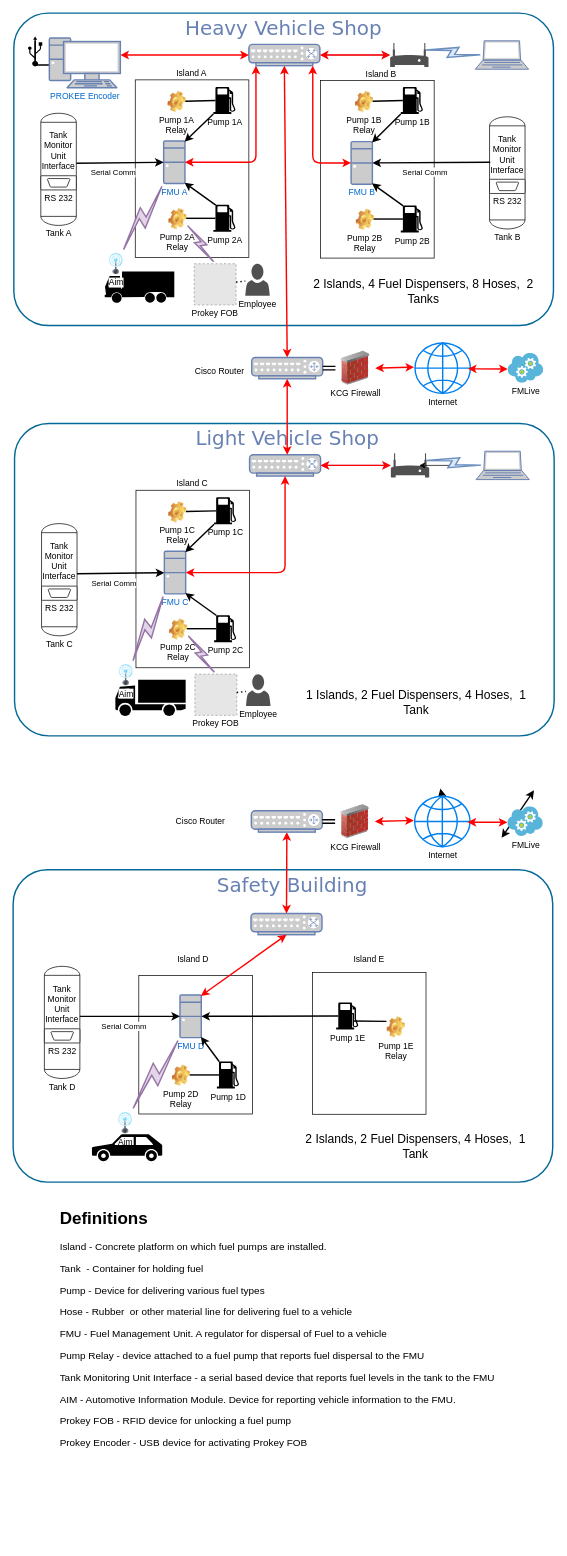
The draw.io diagram Diagrams/FMLiveKCGHardwareDia.drawio in rpwaltz/FleetServices, before the edit. Source tidied: cells renumbered, new cells numbered last; positions are measured from the earlier drawing's top-left corner, leaving out a move shared by most shapes. Both pictures are drawn from the tidied source at 71%, with x=0, y=0 at pixel (13, 13). Pictures stored in the file or linked from it are replaced by grey dashed boxes.
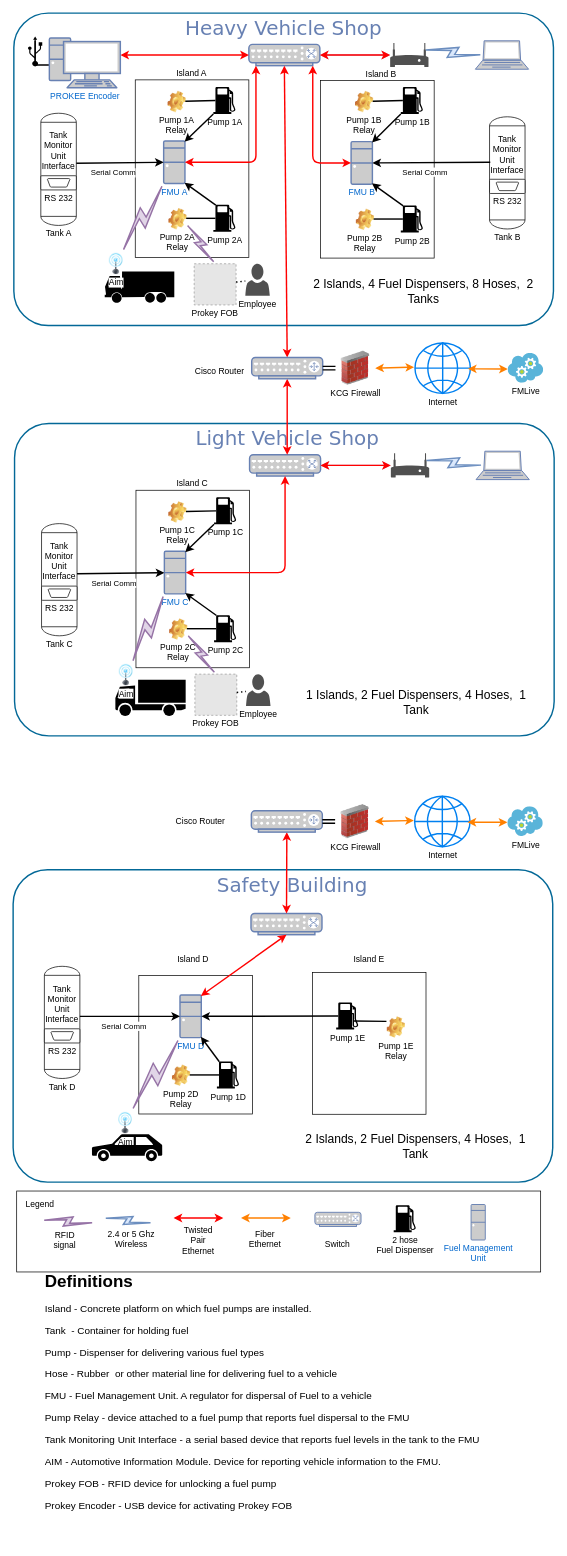
Above is the later version.

Unchanged cells that the change refers to:
```xml
<mxCell id="56" value="Internet" style="html=1;verticalLabelPosition=bottom;align=center;labelBackgroundColor=#ffffff;verticalAlign=top;strokeWidth=2;strokeColor=#0080F0;shadow=0;dashed=0;shape=mxgraph.ios7.icons.globe;spacing=0;" parent="1" vertex="1">
  <mxGeometry x="566" y="464.5" width="78" height="71" as="geometry" />
</mxCell>
<mxCell id="94" style="fontColor=#0066CC;verticalAlign=top;verticalLabelPosition=bottom;labelPosition=center;align=center;html=1;outlineConnect=0;fillColor=#CCCCCC;strokeColor=#6881B3;gradientColor=none;gradientDirection=north;strokeWidth=2;shape=mxgraph.networks.laptop;spacing=0;" parent="1" vertex="1">
  <mxGeometry x="652" y="617" width="75" height="40" as="geometry" />
</mxCell>
<mxCell id="102" value="KCG Firewall" style="image;html=1;image=img/lib/clip_art/networking/Firewall_02_128x128.png;spacing=0;" parent="1" vertex="1">
  <mxGeometry x="454" y="476" width="56" height="48" as="geometry" />
</mxCell>
<mxCell id="105" value="FMLive" style="html=1;points=[];align=center;image;fontSize=12;image=img/lib/mscae/Cloud_Services_Classic.svg;spacing=0;" parent="1" vertex="1">
  <mxGeometry x="697" y="479" width="50" height="42" as="geometry" />
</mxCell>
<mxCell id="110" style="group;" parent="1" vertex="1">
  <mxGeometry y="1068" width="760" height="543.5" as="geometry" />
</mxCell>
<mxCell id="136" value="Internet" style="html=1;verticalLabelPosition=bottom;align=center;labelBackgroundColor=#ffffff;verticalAlign=top;strokeWidth=2;strokeColor=#0080F0;shadow=0;dashed=0;shape=mxgraph.ios7.icons.globe;spacing=0;" parent="110" vertex="1">
  <mxGeometry x="565.5" y="35" width="78" height="71" as="geometry" />
</mxCell>
<mxCell id="139" value="KCG Firewall" style="image;html=1;image=img/lib/clip_art/networking/Firewall_02_128x128.png;spacing=0;" parent="110" vertex="1">
  <mxGeometry x="453.5" y="46.5" width="56" height="48" as="geometry" />
</mxCell>
<mxCell id="142" value="FMLive" style="html=1;points=[];align=center;image;fontSize=12;image=img/lib/mscae/Cloud_Services_Classic.svg;spacing=0;" parent="110" vertex="1">
  <mxGeometry x="696.5" y="49.5" width="50" height="42" as="geometry" />
</mxCell>
```

Change to the diagram source:
```diff
@@
+    <mxCell id="151" style="rounded=0;whiteSpace=wrap;html=1;" parent="1" vertex="1">
+      <mxGeometry x="5" y="1659" width="738" height="114" as="geometry" />
+    </mxCell>
@@
-    <mxCell id="93" style="edgeStyle=orthogonalEdgeStyle;rounded=0;jettySize=auto;html=1;" parent="1" edge="1" source="94">
-      <mxGeometry relative="1" as="geometry">
-        <mxPoint x="572" y="637" as="targetPoint" />
-      </mxGeometry>
-    </mxCell>
@@
-    <mxCell id="104" style="endArrow=classic;startArrow=classic;html=1;strokeWidth=2;exitX=1;exitY=0.5;exitDx=0;exitDy=0;entryX=-0.015;entryY=0.48;entryDx=0;entryDy=0;entryPerimeter=0;spacing=0;strokeColor=#FF0000;" parent="1" edge="1" source="102" target="56">
+    <mxCell id="104" style="endArrow=classic;startArrow=classic;html=1;strokeWidth=2;exitX=1;exitY=0.5;exitDx=0;exitDy=0;entryX=-0.015;entryY=0.48;entryDx=0;entryDy=0;entryPerimeter=0;spacing=0;strokeColor=#FF8000;" parent="1" edge="1" source="102" target="56">
       <mxGeometry relative="1" as="geometry" />
     </mxCell>
@@
-    <mxCell id="106" style="endArrow=classic;startArrow=classic;html=1;strokeWidth=2;exitX=0.956;exitY=0.514;exitDx=0;exitDy=0;exitPerimeter=0;entryX=-0.008;entryY=0.529;entryDx=0;entryDy=0;entryPerimeter=0;spacing=0;strokeColor=#FF0000;" parent="1" edge="1" source="56" target="105">
+    <mxCell id="106" style="endArrow=classic;startArrow=classic;html=1;strokeWidth=2;exitX=0.956;exitY=0.514;exitDx=0;exitDy=0;exitPerimeter=0;entryX=-0.008;entryY=0.529;entryDx=0;entryDy=0;entryPerimeter=0;spacing=0;strokeColor=#FF8000;" parent="1" edge="1" source="56" target="105">
       <mxGeometry relative="1" as="geometry" />
     </mxCell>
-    <mxCell id="107" value="&lt;h1&gt;Definitions&lt;br&gt;&lt;/h1&gt;&lt;p style=&quot;font-size: 14px&quot;&gt;&lt;font style=&quot;font-size: 14px&quot;&gt;Island - Concrete platform on which fuel pumps are installed.&lt;/font&gt;&lt;/p&gt;&lt;p style=&quot;font-size: 14px&quot;&gt;&lt;font style=&quot;font-size: 14px&quot;&gt;&lt;font style=&quot;font-size: 14px&quot;&gt;&lt;font style=&quot;font-size: 14px&quot;&gt;Tank&amp;nbsp; - Container for holding fuel&lt;/font&gt;&lt;/font&gt;&lt;/font&gt;&lt;/p&gt;&lt;font style=&quot;font-size: 14px&quot;&gt;Pump - Device for delivering various fuel types&lt;/font&gt;&lt;p style=&quot;font-size: 14px&quot;&gt;&lt;font style=&quot;font-size: 14px&quot;&gt;Hose - Rubber&amp;nbsp; or other material line for delivering fuel to a vehicle&lt;/font&gt;&lt;/p&gt;&lt;p style=&quot;font-size: 14px&quot;&gt;&lt;font style=&quot;font-size: 14px&quot;&gt;FMU - Fuel Management Unit. A regulator for dispersal of Fuel to a vehicle&lt;/font&gt;&lt;/p&gt;&lt;p style=&quot;font-size: 14px&quot;&gt;&lt;font style=&quot;font-size: 14px&quot;&gt;Pump Relay - device attached to a fuel pump that reports fuel dispersal to the FMU&lt;/font&gt;&lt;/p&gt;&lt;p style=&quot;font-size: 14px&quot;&gt;&lt;font style=&quot;font-size: 14px&quot;&gt;Tank Monitoring Unit Interface - a serial based device that reports fuel levels in the tank to the FMU&lt;/font&gt;&lt;/p&gt;&lt;p style=&quot;font-size: 14px&quot;&gt;&lt;font style=&quot;font-size: 14px&quot;&gt;AIM - &lt;span class=&quot;aCOpRe&quot;&gt;&lt;span&gt;Automotive Information Module. Device for reporting vehicle information to the FMU.&lt;/span&gt;&lt;/span&gt;&lt;/font&gt;&lt;/p&gt;&lt;p style=&quot;font-size: 14px&quot;&gt;&lt;font style=&quot;font-size: 14px&quot;&gt;Prokey FOB - RFID device for unlocking a fuel pump&lt;/font&gt;&lt;/p&gt;&lt;p style=&quot;font-size: 14px&quot;&gt;&lt;font style=&quot;font-size: 14px&quot;&gt;Prokey Encoder - USB device for activating Prokey FOB&lt;/font&gt;&lt;br&gt;&lt;/p&gt;&lt;p&gt;&lt;br&gt;&lt;span class=&quot;aCOpRe&quot;&gt;&lt;span&gt;&lt;em&gt;&lt;/em&gt;&lt;/span&gt;&lt;/span&gt;&lt;/p&gt;&lt;p&gt;&lt;br&gt;&lt;/p&gt;" style="text;html=1;strokeColor=none;fillColor=none;spacing=5;spacingTop=-20;whiteSpace=wrap;overflow=hidden;rounded=0;" parent="1" vertex="1">
-      <mxGeometry x="61" y="1678" width="652" height="390" as="geometry" />
+    <mxCell id="107" value="&lt;h1&gt;Definitions&lt;br&gt;&lt;/h1&gt;&lt;p style=&quot;font-size: 14px&quot;&gt;&lt;font style=&quot;font-size: 14px&quot;&gt;Island - Concrete platform on which fuel pumps are installed.&lt;/font&gt;&lt;/p&gt;&lt;p style=&quot;font-size: 14px&quot;&gt;&lt;font style=&quot;font-size: 14px&quot;&gt;&lt;font style=&quot;font-size: 14px&quot;&gt;&lt;font style=&quot;font-size: 14px&quot;&gt;Tank&amp;nbsp; - Container for holding fuel&lt;/font&gt;&lt;/font&gt;&lt;/font&gt;&lt;/p&gt;&lt;font style=&quot;font-size: 14px&quot;&gt;Pump - Dispenser for delivering various fuel types&lt;/font&gt;&lt;p style=&quot;font-size: 14px&quot;&gt;&lt;font style=&quot;font-size: 14px&quot;&gt;Hose - Rubber&amp;nbsp; or other material line for delivering fuel to a vehicle&lt;/font&gt;&lt;/p&gt;&lt;p style=&quot;font-size: 14px&quot;&gt;&lt;font style=&quot;font-size: 14px&quot;&gt;FMU - Fuel Management Unit. A regulator for dispersal of Fuel to a vehicle&lt;/font&gt;&lt;/p&gt;&lt;p style=&quot;font-size: 14px&quot;&gt;&lt;font style=&quot;font-size: 14px&quot;&gt;Pump Relay - device attached to a fuel pump that reports fuel dispersal to the FMU&lt;/font&gt;&lt;/p&gt;&lt;p style=&quot;font-size: 14px&quot;&gt;&lt;font style=&quot;font-size: 14px&quot;&gt;Tank Monitoring Unit Interface - a serial based device that reports fuel levels in the tank to the FMU&lt;/font&gt;&lt;/p&gt;&lt;p style=&quot;font-size: 14px&quot;&gt;&lt;font style=&quot;font-size: 14px&quot;&gt;AIM - &lt;span class=&quot;aCOpRe&quot;&gt;&lt;span&gt;Automotive Information Module. Device for reporting vehicle information to the FMU.&lt;/span&gt;&lt;/span&gt;&lt;/font&gt;&lt;/p&gt;&lt;p style=&quot;font-size: 14px&quot;&gt;&lt;font style=&quot;font-size: 14px&quot;&gt;Prokey FOB - RFID device for unlocking a fuel pump&lt;/font&gt;&lt;/p&gt;&lt;p style=&quot;font-size: 14px&quot;&gt;&lt;font style=&quot;font-size: 14px&quot;&gt;Prokey Encoder - USB device for activating Prokey FOB&lt;/font&gt;&lt;br&gt;&lt;/p&gt;&lt;p&gt;&lt;br&gt;&lt;span class=&quot;aCOpRe&quot;&gt;&lt;span&gt;&lt;em&gt;&lt;/em&gt;&lt;/span&gt;&lt;/span&gt;&lt;/p&gt;&lt;p&gt;&lt;br&gt;&lt;/p&gt;" style="text;html=1;strokeColor=none;fillColor=none;spacing=5;spacingTop=-20;whiteSpace=wrap;overflow=hidden;rounded=0;" parent="1" vertex="1">
+      <mxGeometry x="40" y="1766" width="652" height="390" as="geometry" />
     </mxCell>
-    <mxCell id="108" style="endArrow=classic;startArrow=classic;html=1;strokeColor=#000000;strokeWidth=2;exitX=0.956;exitY=0.514;exitDx=0;exitDy=0;exitPerimeter=0;entryX=-0.008;entryY=0.529;entryDx=0;entryDy=0;entryPerimeter=0;spacing=0;" parent="1" edge="1">
-      <mxGeometry relative="1" as="geometry">
-        <mxPoint x="688" y="1161.5" as="sourcePoint" />
-        <mxPoint x="733.6" y="1094.7" as="targetPoint" />
-      </mxGeometry>
-    </mxCell>
-    <mxCell id="109" style="endArrow=classic;startArrow=classic;html=1;strokeColor=#000000;strokeWidth=2;exitX=1;exitY=0.5;exitDx=0;exitDy=0;entryX=-0.015;entryY=0.48;entryDx=0;entryDy=0;entryPerimeter=0;spacing=0;" parent="1" edge="1">
-      <mxGeometry relative="1" as="geometry">
-        <mxPoint x="608" y="1121.5" as="sourcePoint" />
-        <mxPoint x="601.8" y="1092.1" as="targetPoint" />
-      </mxGeometry>
-    </mxCell>
@@
-    <mxCell id="141" style="endArrow=classic;startArrow=classic;html=1;strokeWidth=2;exitX=1;exitY=0.5;exitDx=0;exitDy=0;entryX=-0.015;entryY=0.48;entryDx=0;entryDy=0;entryPerimeter=0;spacing=0;strokeColor=#FF0000;" parent="110" edge="1" source="139" target="136">
+    <mxCell id="141" style="endArrow=classic;startArrow=classic;html=1;strokeWidth=2;exitX=1;exitY=0.5;exitDx=0;exitDy=0;entryX=-0.015;entryY=0.48;entryDx=0;entryDy=0;entryPerimeter=0;spacing=0;strokeColor=#FF8000;" parent="110" edge="1" source="139" target="136">
       <mxGeometry relative="1" as="geometry" />
     </mxCell>
@@
-    <mxCell id="143" style="endArrow=classic;startArrow=classic;html=1;strokeWidth=2;exitX=0.956;exitY=0.514;exitDx=0;exitDy=0;exitPerimeter=0;entryX=-0.008;entryY=0.529;entryDx=0;entryDy=0;entryPerimeter=0;spacing=0;strokeColor=#FF0000;" parent="110" edge="1" source="136" target="142">
+    <mxCell id="143" style="endArrow=classic;startArrow=classic;html=1;strokeWidth=2;exitX=0.956;exitY=0.514;exitDx=0;exitDy=0;exitPerimeter=0;entryX=-0.008;entryY=0.529;entryDx=0;entryDy=0;entryPerimeter=0;spacing=0;strokeColor=#FF8000;" parent="110" edge="1" source="136" target="142">
       <mxGeometry relative="1" as="geometry" />
     </mxCell>
@@
+    <mxCell id="152" style="html=1;outlineConnect=0;fillColor=#e1d5e7;gradientDirection=north;strokeWidth=2;shape=mxgraph.networks.comm_link_edge;html=1;startArrow=classic;startFill=1;endArrow=classic;endFill=1;entryX=0.75;entryY=0;entryDx=0;entryDy=0;strokeColor=#9673a6;spacing=0;" parent="1" edge="1">
+      <mxGeometry relative="1" as="geometry">
+        <mxPoint x="115" y="1703.8" as="sourcePoint" />
+        <mxPoint x="40" y="1700" as="targetPoint" />
+        <Array as="points">
+          <mxPoint x="395.5" y="1744.5" />
+        </Array>
+      </mxGeometry>
+    </mxCell>
+    <mxCell id="153" value="RFID signal" style="text;html=1;strokeColor=none;fillColor=none;align=center;verticalAlign=middle;whiteSpace=wrap;rounded=0;" parent="1" vertex="1">
+      <mxGeometry x="46" y="1718" width="54" height="20" as="geometry" />
+    </mxCell>
+    <mxCell id="154" style="html=1;outlineConnect=0;fillColor=#dae8fc;gradientDirection=north;strokeWidth=2;shape=mxgraph.networks.comm_link_edge;html=1;startArrow=classic;startFill=1;endArrow=classic;endFill=1;strokeColor=#6c8ebf;exitX=0.852;exitY=0.284;exitDx=0;exitDy=0;exitPerimeter=0;spacing=0;" parent="1" edge="1">
+      <mxGeometry relative="1" as="geometry">
+        <mxPoint x="127" y="1697" as="sourcePoint" />
+        <mxPoint x="197" y="1704" as="targetPoint" />
+      </mxGeometry>
+    </mxCell>
+    <mxCell id="155" value=" 2.4 or 5 Ghz Wireless" style="text;html=1;strokeColor=none;fillColor=none;align=center;verticalAlign=middle;whiteSpace=wrap;rounded=0;" parent="1" vertex="1">
+      <mxGeometry x="129" y="1717" width="75" height="20" as="geometry" />
+    </mxCell>
+    <mxCell id="156" style="endArrow=classic;startArrow=classic;html=1;strokeColor=#FF0000;strokeWidth=2;" parent="1" edge="1">
+      <mxGeometry relative="1" as="geometry">
+        <mxPoint x="226" y="1697" as="sourcePoint" />
+        <mxPoint x="296" y="1697" as="targetPoint" />
+      </mxGeometry>
+    </mxCell>
+    <mxCell id="157" value="Twisted Pair Ethernet" style="text;html=1;strokeColor=none;fillColor=none;align=center;verticalAlign=middle;whiteSpace=wrap;rounded=0;" parent="1" vertex="1">
+      <mxGeometry x="233" y="1719" width="56" height="20" as="geometry" />
+    </mxCell>
+    <mxCell id="158" value="Fiber Ethernet" style="text;html=1;strokeColor=none;fillColor=none;align=center;verticalAlign=middle;whiteSpace=wrap;rounded=0;" parent="1" vertex="1">
+      <mxGeometry x="327" y="1717" width="56" height="20" as="geometry" />
+    </mxCell>
+    <mxCell id="159" style="endArrow=classic;startArrow=classic;html=1;strokeWidth=2;strokeColor=#FF8000;" parent="1" edge="1">
+      <mxGeometry relative="1" as="geometry">
+        <mxPoint x="321" y="1697" as="sourcePoint" />
+        <mxPoint x="391" y="1697" as="targetPoint" />
+      </mxGeometry>
+    </mxCell>
+    <mxCell id="160" style="fontColor=#0066CC;verticalAlign=top;verticalLabelPosition=bottom;labelPosition=center;align=center;html=1;fillColor=#CCCCCC;strokeColor=#6881B3;gradientColor=none;gradientDirection=north;strokeWidth=2;shape=mxgraph.networks.switch;spacing=0;" parent="1" vertex="1">
+      <mxGeometry x="425" y="1689" width="65" height="20" as="geometry" />
+    </mxCell>
+    <mxCell id="161" value="&lt;div&gt;Switch&lt;/div&gt;" style="text;html=1;strokeColor=none;fillColor=none;align=center;verticalAlign=middle;whiteSpace=wrap;rounded=0;" parent="1" vertex="1">
+      <mxGeometry x="437" y="1724" width="40" height="20" as="geometry" />
+    </mxCell>
+    <mxCell id="162" value="&lt;div&gt;2 hose&lt;/div&gt;&lt;div&gt;Fuel Dispenser &lt;/div&gt;" style="shape=mxgraph.signs.transportation.gas_1;html=1;fillColor=#000000;strokeColor=none;verticalLabelPosition=bottom;verticalAlign=top;align=center;spacing=0;" parent="1" vertex="1">
+      <mxGeometry x="536" y="1679" width="31" height="38" as="geometry" />
+    </mxCell>
+    <mxCell id="163" value="&lt;div&gt;Fuel Management&lt;/div&gt;&lt;div&gt; Unit&lt;/div&gt;" style="fontColor=#0066CC;verticalAlign=top;verticalLabelPosition=bottom;labelPosition=center;align=center;html=1;fillColor=#CCCCCC;strokeColor=#6881B3;gradientColor=none;gradientDirection=north;strokeWidth=2;shape=mxgraph.networks.desktop_pc;spacing=0;" parent="1" vertex="1">
+      <mxGeometry x="645" y="1678" width="20" height="50" as="geometry" />
+    </mxCell>
+    <mxCell id="164" value="Legend" style="text;html=1;strokeColor=none;fillColor=none;align=center;verticalAlign=middle;whiteSpace=wrap;rounded=0;" parent="1" vertex="1">
+      <mxGeometry x="18" y="1668" width="40" height="20" as="geometry" />
+    </mxCell>
```
